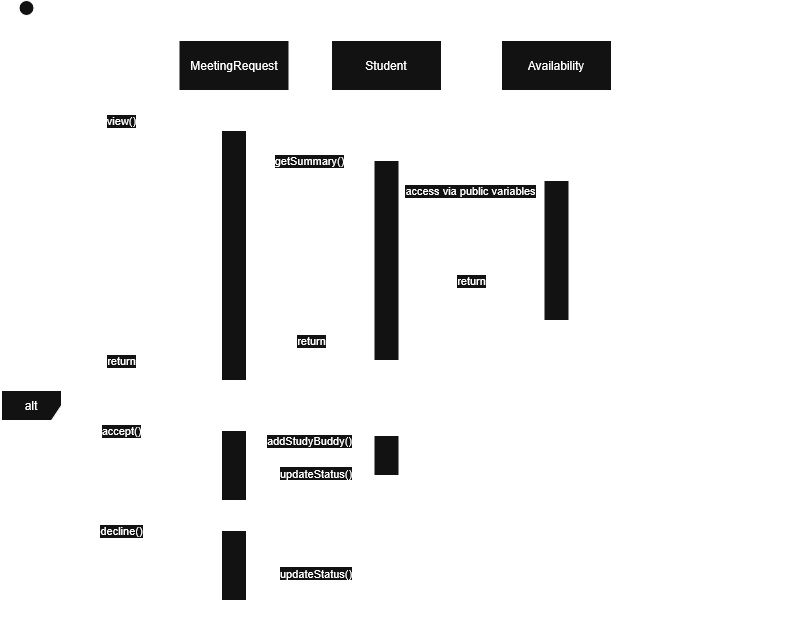
Earlier version of the draw.io export docs/uml/slices/jordan-view-match-details/sequence.png (Deismus/Group6Project). Source tidied: cells renumbered, new cells last; positions are measured from the earlier drawing's top-left corner, leaving out a move shared by most shapes.
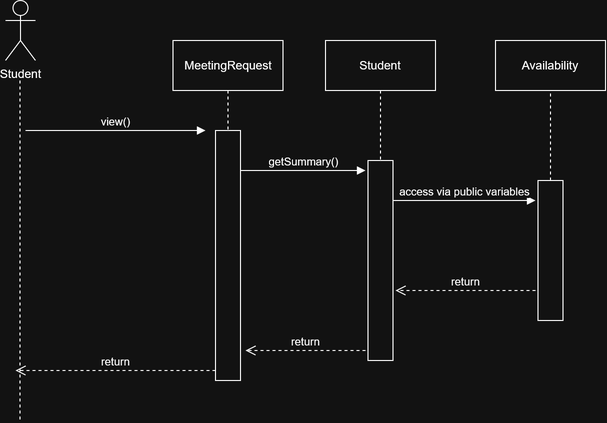
The same file after the commit.

Commit message:
updated all sequence pngs

they all don't have a transparent background anymore and are bigger and more relevant to my use case

The edit, as a diff of the source:
```diff
@@ -5,12 +5,6 @@
     <mxCell id="2" value="Student" style="shape=umlActor;verticalLabelPosition=bottom;verticalAlign=top;html=1;" parent="1" vertex="1">
       <mxGeometry x="10" width="30" height="60" as="geometry" />
     </mxCell>
-    <mxCell id="3" style="endArrow=none;dashed=1;html=1;dashPattern=1 3;strokeWidth=2;rounded=0;" parent="1" edge="1">
-      <mxGeometry relative="1" as="geometry">
-        <mxPoint x="24.5" y="80" as="sourcePoint" />
-        <mxPoint x="24.5" y="590" as="targetPoint" />
-      </mxGeometry>
-    </mxCell>
     <mxCell id="4" value="view()" style="html=1;verticalAlign=bottom;endArrow=block;edgeStyle=sequenceEdgeStyle;libavoidRouting=0;curved=0;rounded=0;" parent="1" edge="1">
       <mxGeometry relative="1" as="geometry">
         <mxPoint x="30" y="130" as="sourcePoint" />
@@ -29,9 +23,6 @@
         <mxPoint x="370" y="170" as="targetPoint" />
       </mxGeometry>
     </mxCell>
-    <mxCell id="8" style="endArrow=none;dashed=1;html=1;dashPattern=1 3;strokeWidth=2;rounded=0;exitX=0.5;exitY=1;exitDx=0;exitDy=0;entryX=0.5;entryY=0;entryDx=0;entryDy=0;" parent="1" edge="1" source="5" target="6">
-      <mxGeometry relative="1" as="geometry" />
-    </mxCell>
     <mxCell id="9" value="Student" style="html=1;whiteSpace=wrap;" parent="1" vertex="1">
       <mxGeometry x="330" y="40" width="110" height="50" as="geometry" />
     </mxCell>
@@ -74,70 +65,14 @@
         <mxPoint x="20" y="370" as="targetPoint" />
       </mxGeometry>
     </mxCell>
-    <mxCell id="19" value="accept()" style="html=1;verticalAlign=bottom;endArrow=block;edgeStyle=sequenceEdgeStyle;libavoidRouting=0;curved=0;rounded=0;" parent="1" edge="1">
-      <mxGeometry relative="1" as="geometry">
-        <mxPoint x="30" y="440" as="sourcePoint" />
-        <mxPoint x="210" y="440" as="targetPoint" />
-      </mxGeometry>
-    </mxCell>
-    <mxCell id="20" style="rounded=0;whiteSpace=wrap;html=1;" parent="1" vertex="1">
-      <mxGeometry x="220" y="430" width="25" height="70" as="geometry" />
-    </mxCell>
-    <mxCell id="21" value="alt" style="shape=umlFrame;whiteSpace=wrap;html=1;" parent="1" vertex="1">
-      <mxGeometry y="390" width="780" height="230" as="geometry" />
-    </mxCell>
-    <mxCell id="22" value="addStudyBuddy()" style="html=1;verticalAlign=bottom;endArrow=block;edgeStyle=sequenceEdgeStyle;libavoidRouting=0;curved=0;rounded=0;" parent="1" edge="1">
-      <mxGeometry relative="1" as="geometry">
-        <mxPoint x="245" y="450" as="sourcePoint" />
-        <mxPoint x="370" y="450" as="targetPoint" />
-      </mxGeometry>
-    </mxCell>
-    <mxCell id="23" style="rounded=0;whiteSpace=wrap;html=1;" parent="1" vertex="1">
-      <mxGeometry x="372.5" y="435" width="25" height="40" as="geometry" />
-    </mxCell>
-    <mxCell id="24" value="updateStatus()" style="html=1;align=left;spacingLeft=2;endArrow=block;edgeStyle=sequenceEdgeStyle;libavoidRouting=0;curved=0;rounded=0;" parent="1" edge="1">
-      <mxGeometry relative="1" as="geometry">
-        <mxPoint x="245" y="460" as="sourcePoint" />
-        <mxPoint x="250" y="490" as="targetPoint" />
-        <Array as="points">
-          <mxPoint x="275" y="460" />
-          <mxPoint x="275" y="490" />
-        </Array>
-      </mxGeometry>
-    </mxCell>
-    <mxCell id="25" style="endArrow=none;dashed=1;html=1;rounded=0;exitX=0.5;exitY=0;exitDx=0;exitDy=0;entryX=0.5;entryY=1;entryDx=0;entryDy=0;" parent="1" edge="1" source="20" target="6">
-      <mxGeometry relative="1" as="geometry" />
-    </mxCell>
-    <mxCell id="26" style="endArrow=none;dashed=1;html=1;rounded=0;exitX=0.5;exitY=0;exitDx=0;exitDy=0;entryX=0.5;entryY=1;entryDx=0;entryDy=0;" parent="1" edge="1" source="23" target="10">
-      <mxGeometry relative="1" as="geometry" />
-    </mxCell>
-    <mxCell id="27" style="endArrow=none;dashed=1;html=1;dashPattern=1 3;strokeWidth=2;rounded=0;exitX=-0.001;exitY=0.497;exitDx=0;exitDy=0;exitPerimeter=0;entryX=1.001;entryY=0.51;entryDx=0;entryDy=0;entryPerimeter=0;" parent="1" edge="1" source="21" target="21">
-      <mxGeometry relative="1" as="geometry" />
-    </mxCell>
-    <mxCell id="28" value="[accept]" style="text;html=1;whiteSpace=wrap;strokeColor=none;fillColor=none;align=center;verticalAlign=middle;rounded=0;" parent="1" vertex="1">
-      <mxGeometry x="60" y="390" width="60" height="30" as="geometry" />
-    </mxCell>
-    <mxCell id="29" value="[decline]" style="text;html=1;whiteSpace=wrap;strokeColor=none;fillColor=none;align=center;verticalAlign=middle;rounded=0;" parent="1" vertex="1">
-      <mxGeometry x="60" y="500" width="60" height="30" as="geometry" />
-    </mxCell>
-    <mxCell id="30" style="rounded=0;whiteSpace=wrap;html=1;" parent="1" vertex="1">
-      <mxGeometry x="220" y="530" width="25" height="70" as="geometry" />
-    </mxCell>
-    <mxCell id="31" value="decline()" style="html=1;verticalAlign=bottom;endArrow=block;edgeStyle=sequenceEdgeStyle;libavoidRouting=0;curved=0;rounded=0;" parent="1" edge="1">
-      <mxGeometry relative="1" as="geometry">
-        <mxPoint x="30" y="540" as="sourcePoint" />
-        <mxPoint x="210" y="540" as="targetPoint" />
-      </mxGeometry>
-    </mxCell>
-    <mxCell id="32" value="updateStatus()" style="html=1;align=left;spacingLeft=2;endArrow=block;edgeStyle=sequenceEdgeStyle;libavoidRouting=0;curved=0;rounded=0;" parent="1" edge="1">
-      <mxGeometry relative="1" as="geometry">
-        <mxPoint x="245" y="560" as="sourcePoint" />
-        <mxPoint x="250" y="590" as="targetPoint" />
-        <Array as="points">
-          <mxPoint x="275" y="560" />
-          <mxPoint x="275" y="590" />
-        </Array>
-      </mxGeometry>
-    </mxCell>
+    <mxCell id="33" style="endArrow=none;dashed=1;html=1;rounded=0;" parent="1" edge="1">
+      <mxGeometry relative="1" as="geometry">
+        <mxPoint x="24.5" y="80" as="sourcePoint" />
+        <mxPoint x="24.5" y="420" as="targetPoint" />
+      </mxGeometry>
+    </mxCell>
+    <mxCell id="8" style="endArrow=none;dashed=1;html=1;rounded=0;exitX=0.5;exitY=1;exitDx=0;exitDy=0;entryX=0.5;entryY=0;entryDx=0;entryDy=0;" parent="1" edge="1" source="5" target="6">
+      <mxGeometry relative="1" as="geometry" />
+    </mxCell>
   </root>
 </mxGraphModel>
```
